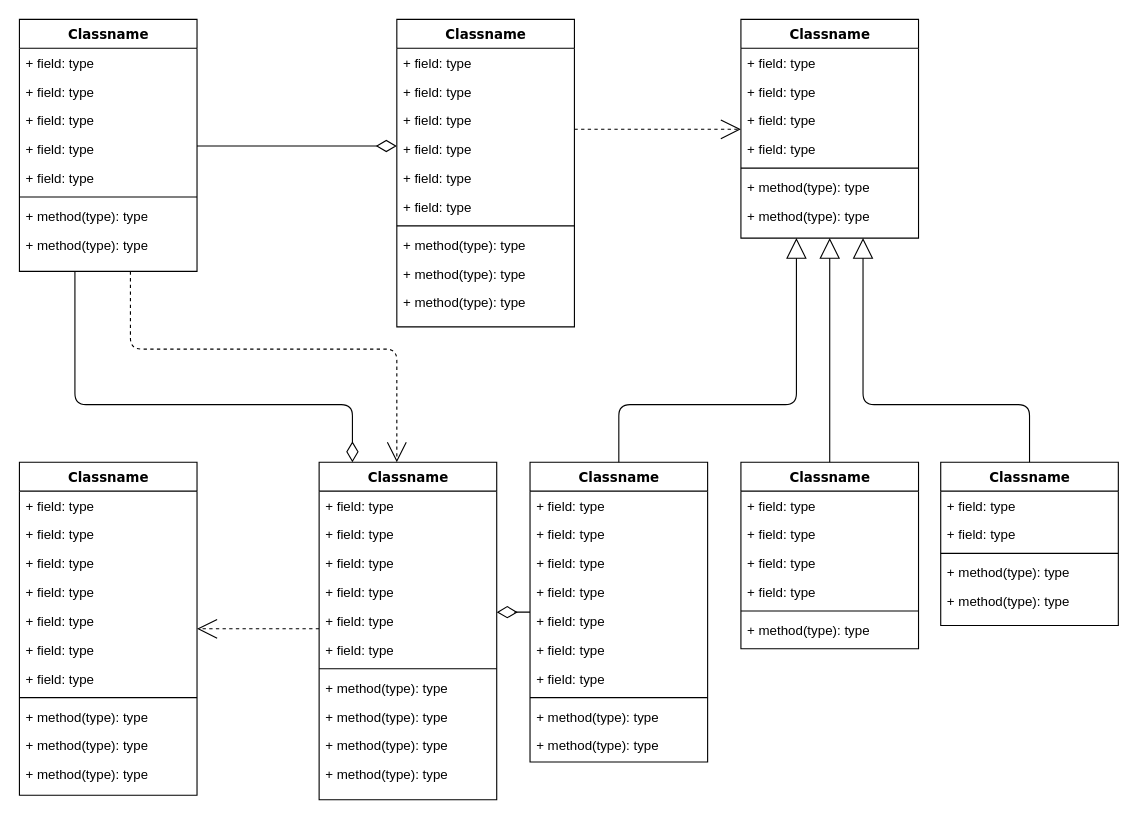
Earlier version of the draw.io diagram Untitled Diagram.drawio (djinnsour/install). Source tidied: cells renumbered, new cells numbered last; positions are measured from the earlier drawing's top-left corner, leaving out a move shared by most shapes. Both pictures are drawn from the tidied source at 111%, with x=0, y=0 at pixel (19, 19).
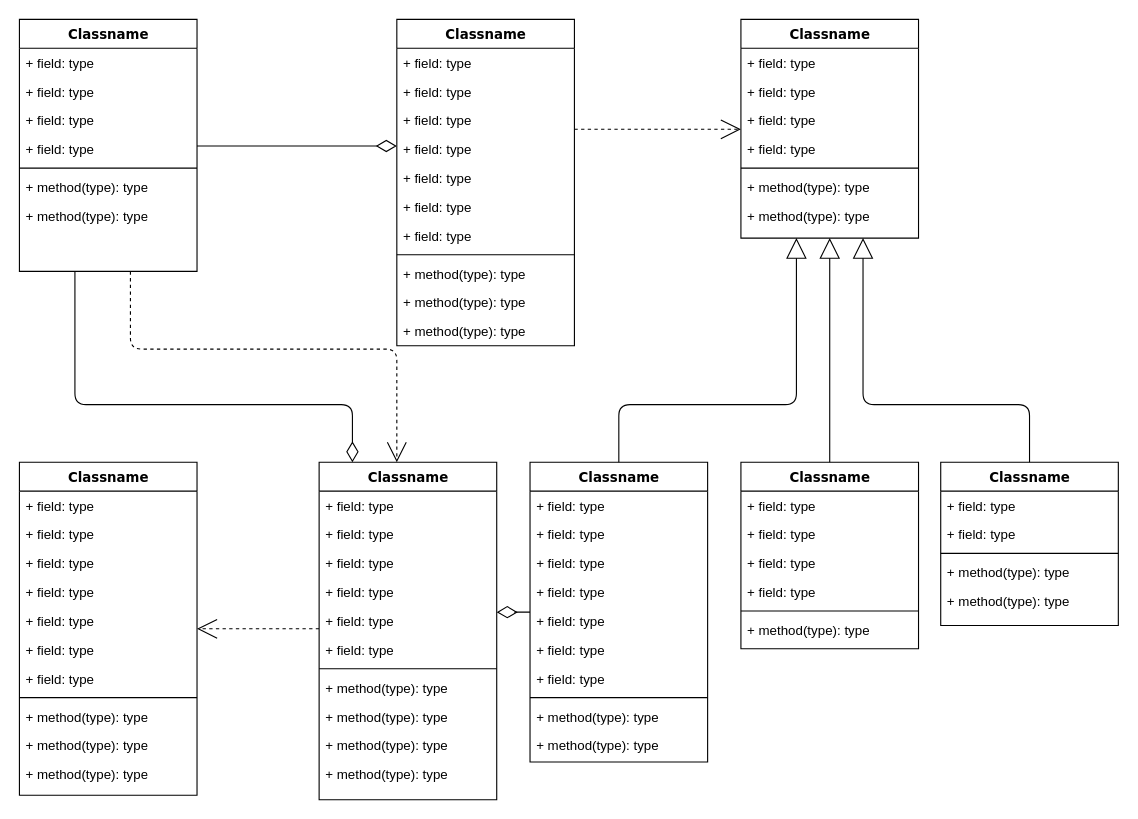
Above is the later version.

The change refers to these unchanged cells:
```xml
<mxCell id="4" value="Classname" style="swimlane;html=1;fontStyle=1;align=center;verticalAlign=top;horizontal=1;startSize=26;swimlaneFillColor=#ffffff;rounded=0;shadow=0;comic=0;labelBackgroundColor=none;strokeWidth=1;fillColor=none;fontFamily=Verdana;fontSize=12;" parent="1" vertex="1">
  <mxGeometry width="160" height="227" as="geometry" />
</mxCell>
```

What changed in the source:
```diff
@@
-    <mxCell id="8" value="+ field: type" style="text;html=1;strokeColor=none;fillColor=none;align=left;verticalAlign=top;spacingLeft=4;spacingRight=4;whiteSpace=wrap;overflow=hidden;" parent="4" vertex="1">
-      <mxGeometry y="104" width="160" height="26" as="geometry" />
-    </mxCell>
     <mxCell id="9" value="+ field: type" style="text;html=1;strokeColor=none;fillColor=none;align=left;verticalAlign=top;spacingLeft=4;spacingRight=4;whiteSpace=wrap;overflow=hidden;" parent="4" vertex="1">
-      <mxGeometry y="130" width="160" height="26" as="geometry" />
+      <mxGeometry y="104" width="160" height="26" as="geometry" />
     </mxCell>
     <mxCell id="10" style="line;html=1;strokeWidth=1;fillColor=none;align=left;verticalAlign=middle;spacingTop=-1;spacingLeft=3;spacingRight=3;labelPosition=right;" parent="4" vertex="1">
-      <mxGeometry y="156" width="160" height="8" as="geometry" />
+      <mxGeometry y="130" width="160" height="8" as="geometry" />
     </mxCell>
     <mxCell id="11" value="+ method(type): type" style="text;html=1;strokeColor=none;fillColor=none;align=left;verticalAlign=top;spacingLeft=4;spacingRight=4;whiteSpace=wrap;overflow=hidden;" parent="4" vertex="1">
-      <mxGeometry y="164" width="160" height="26" as="geometry" />
+      <mxGeometry y="138" width="160" height="26" as="geometry" />
     </mxCell>
     <mxCell id="12" value="+ method(type): type" style="text;html=1;strokeColor=none;fillColor=none;align=left;verticalAlign=top;spacingLeft=4;spacingRight=4;whiteSpace=wrap;overflow=hidden;" parent="4" vertex="1">
-      <mxGeometry y="190" width="160" height="26" as="geometry" />
+      <mxGeometry y="164" width="160" height="26" as="geometry" />
     </mxCell>
@@
     <mxCell id="14" value="Classname" style="swimlane;html=1;fontStyle=1;align=center;verticalAlign=top;horizontal=1;startSize=26;swimlaneFillColor=#ffffff;rounded=0;shadow=0;comic=0;labelBackgroundColor=none;strokeWidth=1;fillColor=none;fontFamily=Verdana;fontSize=12;" parent="1" vertex="1">
-      <mxGeometry x="340" width="160" height="277" as="geometry" />
+      <mxGeometry x="340" width="160" height="294" as="geometry" />
     </mxCell>
@@
+    <mxCell id="8" value="+ field: type" style="text;html=1;strokeColor=none;fillColor=none;align=left;verticalAlign=top;spacingLeft=4;spacingRight=4;whiteSpace=wrap;overflow=hidden;" parent="14" vertex="1">
+      <mxGeometry y="156" width="160" height="26" as="geometry" />
+    </mxCell>
     <mxCell id="20" value="+ field: type" style="text;html=1;strokeColor=none;fillColor=none;align=left;verticalAlign=top;spacingLeft=4;spacingRight=4;whiteSpace=wrap;overflow=hidden;" parent="14" vertex="1">
-      <mxGeometry y="156" width="160" height="26" as="geometry" />
+      <mxGeometry y="182" width="160" height="26" as="geometry" />
     </mxCell>
     <mxCell id="21" style="line;html=1;strokeWidth=1;fillColor=none;align=left;verticalAlign=middle;spacingTop=-1;spacingLeft=3;spacingRight=3;labelPosition=right;" parent="14" vertex="1">
-      <mxGeometry y="182" width="160" height="8" as="geometry" />
+      <mxGeometry y="208" width="160" height="8" as="geometry" />
     </mxCell>
     <mxCell id="22" value="+ method(type): type" style="text;html=1;strokeColor=none;fillColor=none;align=left;verticalAlign=top;spacingLeft=4;spacingRight=4;whiteSpace=wrap;overflow=hidden;" parent="14" vertex="1">
-      <mxGeometry y="190" width="160" height="26" as="geometry" />
+      <mxGeometry y="216" width="160" height="26" as="geometry" />
     </mxCell>
     <mxCell id="23" value="+ method(type): type" style="text;html=1;strokeColor=none;fillColor=none;align=left;verticalAlign=top;spacingLeft=4;spacingRight=4;whiteSpace=wrap;overflow=hidden;" parent="14" vertex="1">
-      <mxGeometry y="216" width="160" height="26" as="geometry" />
+      <mxGeometry y="242" width="160" height="26" as="geometry" />
     </mxCell>
     <mxCell id="24" value="+ method(type): type" style="text;html=1;strokeColor=none;fillColor=none;align=left;verticalAlign=top;spacingLeft=4;spacingRight=4;whiteSpace=wrap;overflow=hidden;" parent="14" vertex="1">
-      <mxGeometry y="242" width="160" height="26" as="geometry" />
+      <mxGeometry y="268" width="160" height="26" as="geometry" />
     </mxCell>
```
